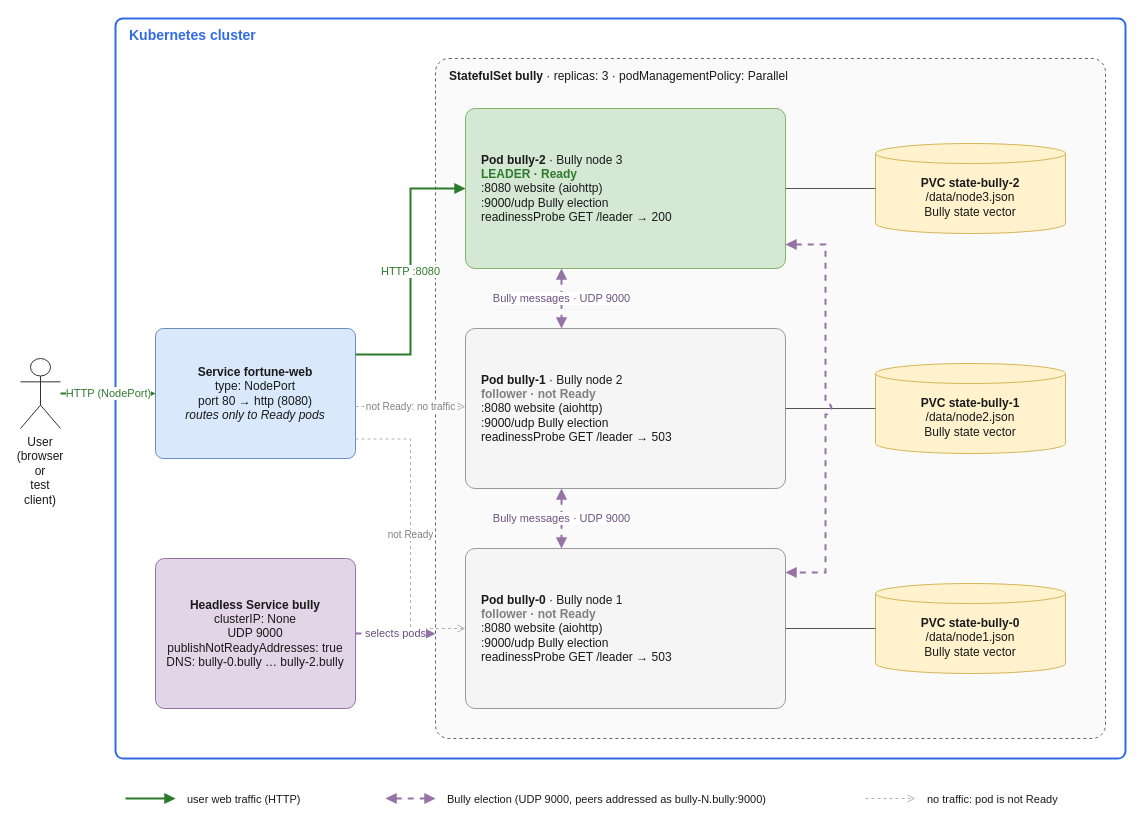
This is docs/report/diagrams/architecture.drawio from pattygithubby/ds-p2-fortune-cookie, a draw.io file, before an edit. Source tidied: cells renumbered, new cells numbered last; positions are measured from the earlier drawing's top-left corner, leaving out a move shared by most shapes. Both pictures are drawn from the tidied source at 100%, with x=0, y=0 at pixel (20, 18).
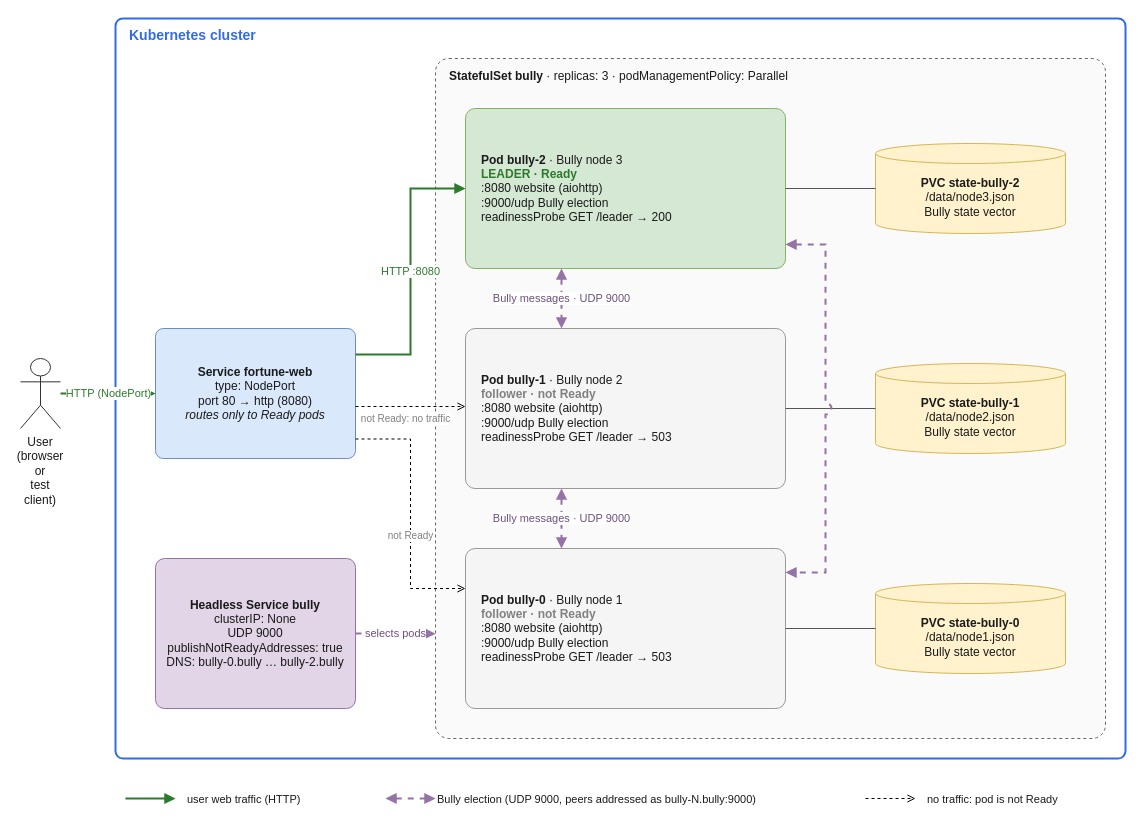
After the change.

The change refers to these unchanged cells:
```xml
<mxCell id="5" value="&lt;b&gt;Service fortune-web&lt;/b&gt;&lt;br&gt;type: NodePort&lt;br&gt;port 80 → http (8080)&lt;br&gt;&lt;i&gt;routes only to Ready pods&lt;/i&gt;" style="rounded=1;arcSize=6;fontFamily=Helvetica;fontSize=12;fontColor=#1a1a1a;html=1;whiteSpace=wrap;fillColor=#dae8fc;strokeColor=#6c8ebf;" parent="1" vertex="1">
  <mxGeometry x="135" y="310" width="200" height="130" as="geometry" />
</mxCell>
<mxCell id="10" value="&lt;b&gt;Pod bully-1&lt;/b&gt; · Bully node 2&lt;br&gt;&lt;font color=&quot;#808080&quot;&gt;&lt;b&gt;follower · not Ready&lt;/b&gt;&lt;/font&gt;&lt;br&gt;:8080 website (aiohttp)&lt;br&gt;:9000/udp Bully election&lt;br&gt;readinessProbe GET /leader → 503" style="rounded=1;arcSize=6;fontFamily=Helvetica;fontSize=12;fontColor=#1a1a1a;html=1;whiteSpace=wrap;align=left;spacingLeft=14;fillColor=#f5f5f5;strokeColor=#999999;" parent="1" vertex="1">
  <mxGeometry x="445" y="310" width="320" height="160" as="geometry" />
</mxCell>
<mxCell id="13" value="&lt;b&gt;Pod bully-0&lt;/b&gt; · Bully node 1&lt;br&gt;&lt;font color=&quot;#808080&quot;&gt;&lt;b&gt;follower · not Ready&lt;/b&gt;&lt;/font&gt;&lt;br&gt;:8080 website (aiohttp)&lt;br&gt;:9000/udp Bully election&lt;br&gt;readinessProbe GET /leader → 503" style="rounded=1;arcSize=6;fontFamily=Helvetica;fontSize=12;fontColor=#1a1a1a;html=1;whiteSpace=wrap;align=left;spacingLeft=14;fillColor=#f5f5f5;strokeColor=#999999;" parent="1" vertex="1">
  <mxGeometry x="445" y="530" width="320" height="160" as="geometry" />
</mxCell>
```

Diff of the diagram source:
```diff
@@
-    <mxCell id="6" value="&lt;b&gt;Headless Service bully&lt;/b&gt;&lt;br&gt;clusterIP: None&lt;br&gt;UDP 9000&lt;br&gt;publishNotReadyAddresses: true&lt;br&gt;DNS: bully-0.bully … bully-2.bully" style="rounded=1;arcSize=6;fontFamily=Helvetica;fontSize=12;fontColor=#1a1a1a;html=1;whiteSpace=wrap;fillColor=#e1d5e7;strokeColor=#9673a6;" parent="1" vertex="1">
+    <mxCell id="6" value="&lt;b&gt;Headless Service bully&lt;/b&gt;&lt;br&gt;clusterIP: None&lt;br&gt;UDP 9000&lt;br&gt;publishNotReadyAddresses: true&lt;br&gt;DNS: bully-0.bully … bully-2.bully" style="rounded=1;arcSize=6;fontFamily=Helvetica;fontSize=12;fontColor=#1a1a1a;html=1;whiteSpace=wrap;fillColor=#e1d5e7;strokeColor=#9673A6;" parent="1" vertex="1">
       <mxGeometry x="135" y="540" width="200" height="150" as="geometry" />
     </mxCell>
@@
-    <mxCell id="18" value="not Ready: no traffic" style="html=1;fontFamily=Helvetica;fontSize=11;labelBackgroundColor=#ffffff;rounded=0;edgeStyle=orthogonalEdgeStyle;endArrow=open;dashed=1;strokeColor=#b3b3b3;fontColor=#808080;exitX=1;exitY=0.6;entryX=0;entryY=0.4875;fontSize=10;" parent="1" edge="1" source="5" target="10">
-      <mxGeometry relative="1" as="geometry" />
+    <mxCell id="18" value="not Ready: no traffic" style="html=1;fontFamily=Helvetica;fontSize=11;labelBackgroundColor=#ffffff;rounded=0;edgeStyle=orthogonalEdgeStyle;endArrow=open;dashed=1;strokeColor=#000000;fontColor=#808080;exitX=1;exitY=0.6;entryX=0;entryY=0.4875;fontSize=10;" parent="1" edge="1" source="5" target="10">
+      <mxGeometry x="-0.09" y="-12" relative="1" as="geometry" />
     </mxCell>
-    <mxCell id="19" value="not Ready" style="html=1;fontFamily=Helvetica;fontSize=11;labelBackgroundColor=#ffffff;rounded=0;edgeStyle=orthogonalEdgeStyle;endArrow=open;dashed=1;strokeColor=#b3b3b3;fontColor=#808080;exitX=1;exitY=0.85;entryX=0;entryY=0.5;fontSize=10;" parent="1" edge="1" source="5" target="13">
-      <mxGeometry relative="1" as="geometry" />
+    <mxCell id="19" value="not Ready" style="html=1;fontFamily=Helvetica;fontSize=11;labelBackgroundColor=#ffffff;rounded=0;edgeStyle=orthogonalEdgeStyle;endArrow=open;dashed=1;strokeColor=#000000;fontColor=#808080;exitX=1;exitY=0.85;entryX=0;entryY=0.25;fontSize=10;entryDx=0;entryDy=0;" parent="1" edge="1" source="5" target="13">
+      <mxGeometry x="0.16" relative="1" as="geometry" />
     </mxCell>
@@
     <mxCell id="27" value="Bully election (UDP 9000, peers addressed as bully-N.bully:9000)" style="text;strokeColor=none;fillColor=none;fontFamily=Helvetica;fontSize=12;fontColor=#1a1a1a;html=1;whiteSpace=wrap;align=left;fontSize=11;" parent="1" vertex="1">
-      <mxGeometry x="425" y="768" width="380" height="24" as="geometry" />
+      <mxGeometry x="415" y="768" width="380" height="24" as="geometry" />
     </mxCell>
-    <mxCell id="28" style="html=1;fontFamily=Helvetica;fontSize=11;labelBackgroundColor=#ffffff;rounded=0;endArrow=open;dashed=1;strokeColor=#b3b3b3;fontColor=#808080;" parent="1" edge="1">
+    <mxCell id="28" style="html=1;fontFamily=Helvetica;fontSize=11;labelBackgroundColor=#ffffff;rounded=0;endArrow=open;dashed=1;strokeColor=#000000;fontColor=#808080;" parent="1" edge="1">
       <mxGeometry relative="1" as="geometry">
         <mxPoint x="845" y="780" as="sourcePoint" />
         <mxPoint x="895" y="780" as="targetPoint" />
       </mxGeometry>
     </mxCell>
```
